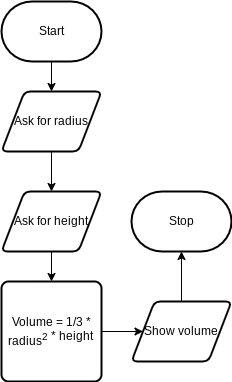
Above: design/flowchart.png in Johanna-liu16/ICS3U-Assignment-02-python (draw.io), before the change. Source tidied: cells renumbered, new cells last; positions are measured from the earlier drawing's top-left corner, leaving out a move shared by most shapes.
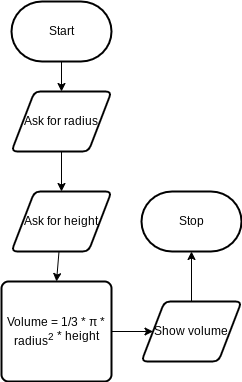
Above is the later version.

Change to the diagram source:
```diff
@@ -26,8 +26,8 @@
     <mxCell id="9" style="edgeStyle=none;html=1;entryX=0;entryY=0.5;entryDx=0;entryDy=0;" parent="1" edge="1" source="10" target="12">
       <mxGeometry relative="1" as="geometry" />
     </mxCell>
-    <mxCell id="10" value="&lt;span&gt;Volume = 1/3 * radius&lt;/span&gt;&lt;sup&gt;2&lt;span style=&quot;font-size: 12px&quot;&gt;&amp;nbsp;* height&lt;/span&gt;&lt;/sup&gt;&lt;span style=&quot;font-size: 8.33333px&quot;&gt;&amp;nbsp;&lt;/span&gt;" style="rounded=1;whiteSpace=wrap;html=1;absoluteArcSize=1;arcSize=14;strokeWidth=2;" parent="1" vertex="1">
-      <mxGeometry y="280" width="100" height="100" as="geometry" />
+    <mxCell id="10" value="&lt;span&gt;Volume = 1/3 *&amp;nbsp;&lt;/span&gt;&lt;span&gt;π *&lt;br&gt;&amp;nbsp;radius&lt;/span&gt;&lt;sup&gt;2&lt;span style=&quot;font-size: 12px&quot;&gt;&amp;nbsp;* height&lt;/span&gt;&lt;/sup&gt;&lt;span style=&quot;font-size: 8.33333px&quot;&gt;&amp;nbsp;&lt;/span&gt;" style="rounded=1;whiteSpace=wrap;html=1;absoluteArcSize=1;arcSize=14;strokeWidth=2;" parent="1" vertex="1">
+      <mxGeometry x="-10" y="280" width="110" height="100" as="geometry" />
     </mxCell>
     <mxCell id="11" style="edgeStyle=none;html=1;" parent="1" edge="1" source="12" target="4">
       <mxGeometry relative="1" as="geometry" />
```
